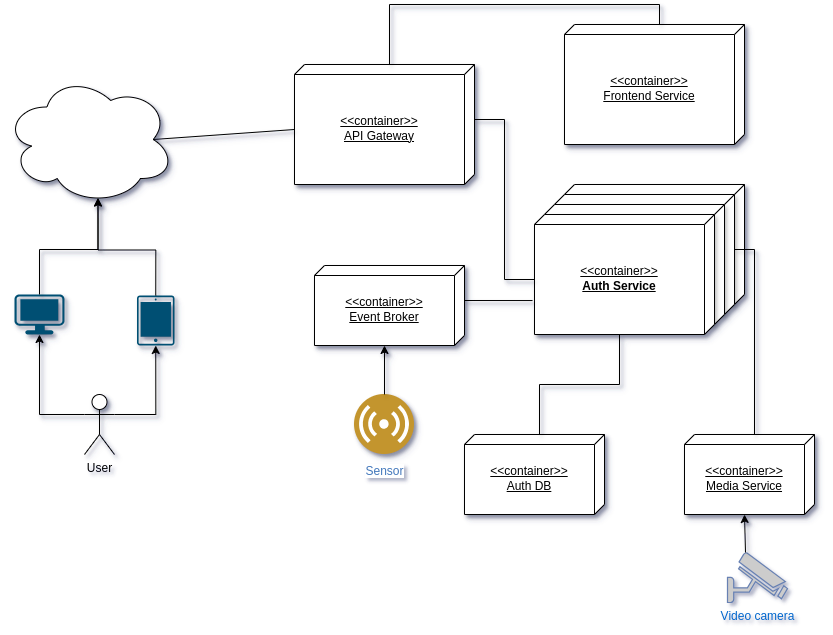
This is docs/website/docs/report/img/revue_deployment.png from revue-org/revue, a draw.io export, as it was before one commit. Source tidied: cells renumbered, new cells last; positions are measured from the earlier drawing's top-left corner, leaving out a move shared by most shapes.
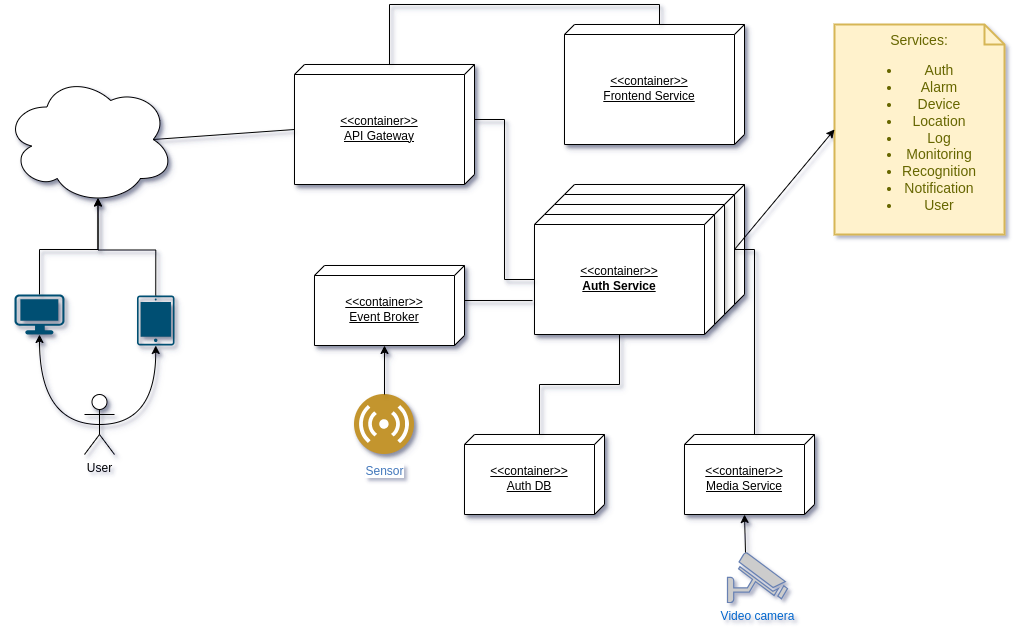
Later version of the same file.

Commit message:
chore(website): update deployment diagram

Diff of the diagram source:
```diff
@@ -65,10 +65,10 @@
     <mxCell id="22" value="Video camera" style="fontColor=#0066CC;verticalAlign=top;verticalLabelPosition=bottom;labelPosition=center;align=center;html=1;outlineConnect=0;fillColor=#CCCCCC;strokeColor=#6881B3;gradientColor=none;gradientDirection=north;strokeWidth=2;shape=mxgraph.networks.security_camera;" parent="1" vertex="1">
       <mxGeometry x="723" y="528" width="60" height="50" as="geometry" />
     </mxCell>
-    <mxCell id="23" style="edgeStyle=orthogonalEdgeStyle;rounded=0;jettySize=auto;html=1;exitX=1;exitY=0.3333333333333333;exitDx=0;exitDy=0;exitPerimeter=0;entryX=0.5;entryY=1;entryDx=0;entryDy=0;entryPerimeter=0;shadow=1;" parent="1" edge="1" source="18" target="20">
+    <mxCell id="23" style="edgeStyle=orthogonalEdgeStyle;rounded=0;jettySize=auto;html=1;exitX=0.5;exitY=0.5;exitDx=0;exitDy=0;exitPerimeter=0;entryX=0.5;entryY=1;entryDx=0;entryDy=0;entryPerimeter=0;shadow=1;curved=1;" parent="1" edge="1" source="18" target="20">
       <mxGeometry relative="1" as="geometry" />
     </mxCell>
-    <mxCell id="24" style="edgeStyle=orthogonalEdgeStyle;rounded=0;jettySize=auto;html=1;exitX=0;exitY=0.3333333333333333;exitDx=0;exitDy=0;exitPerimeter=0;entryX=0.5;entryY=1;entryDx=0;entryDy=0;entryPerimeter=0;shadow=1;" parent="1" edge="1" source="18" target="19">
+    <mxCell id="24" style="edgeStyle=orthogonalEdgeStyle;rounded=0;jettySize=auto;html=1;exitX=0.5;exitY=0.5;exitDx=0;exitDy=0;exitPerimeter=0;entryX=0.5;entryY=1;entryDx=0;entryDy=0;entryPerimeter=0;shadow=1;curved=1;" parent="1" edge="1" source="18" target="19">
       <mxGeometry relative="1" as="geometry" />
     </mxCell>
     <mxCell id="25" style="edgeStyle=orthogonalEdgeStyle;rounded=0;jettySize=auto;html=1;exitX=0.5;exitY=0;exitDx=0;exitDy=0;exitPerimeter=0;entryX=0.55;entryY=0.95;entryDx=0;entryDy=0;entryPerimeter=0;shadow=1;" parent="1" edge="1" source="19" target="11">
@@ -83,5 +83,11 @@
     <mxCell id="28" style="edgeStyle=orthogonalEdgeStyle;rounded=0;jettySize=auto;html=1;exitX=0.5;exitY=0;exitDx=0;exitDy=0;entryX=0;entryY=0;entryDx=80;entryDy=80;entryPerimeter=0;shadow=1;" parent="1" edge="1" source="21" target="10">
       <mxGeometry relative="1" as="geometry" />
     </mxCell>
+    <mxCell id="29" value="Services:&lt;div&gt;&lt;ul&gt;&lt;li&gt;Auth&lt;/li&gt;&lt;li&gt;Alarm&lt;/li&gt;&lt;li&gt;Device&lt;/li&gt;&lt;li&gt;Location&lt;/li&gt;&lt;li&gt;Log&lt;/li&gt;&lt;li&gt;Monitoring&lt;/li&gt;&lt;li&gt;Recognition&lt;/li&gt;&lt;li&gt;Notification&lt;/li&gt;&lt;li&gt;User&lt;/li&gt;&lt;/ul&gt;&lt;/div&gt;" style="shape=note;strokeWidth=2;fontSize=14;size=20;whiteSpace=wrap;html=1;fillColor=#fff2cc;strokeColor=#d6b656;fontColor=#666600;" parent="1" vertex="1">
+      <mxGeometry x="830" width="170" height="210" as="geometry" />
+    </mxCell>
+    <mxCell id="30" style="rounded=0;jettySize=auto;html=1;exitX=0;exitY=0;exitDx=55;exitDy=0;exitPerimeter=0;entryX=0;entryY=0.5;entryDx=0;entryDy=0;entryPerimeter=0;" parent="1" edge="1" source="5" target="29">
+      <mxGeometry relative="1" as="geometry" />
+    </mxCell>
   </root>
 </mxGraphModel>
```
